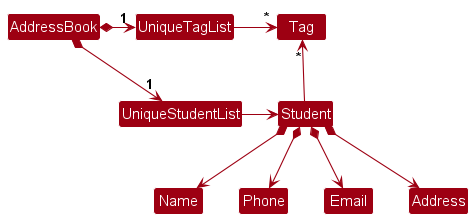
Before: docs/images/BetterModelClassDiagram.png, a diagram exported from PlantUML (c-wenlong/tp).
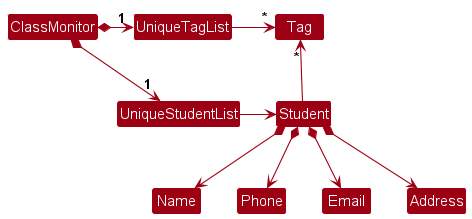
Later version of the same file.

Diff of the diagram source:
```diff
@@ -4,8 +4,8 @@
 skinparam arrowColor MODEL_COLOR
 skinparam classBackgroundColor MODEL_COLOR
 
-AddressBook *-right-> "1" UniqueStudentList
-AddressBook *-right-> "1" UniqueTagList
+ClassMonitor *-right-> "1" UniqueStudentList
+ClassMonitor *-right-> "1" UniqueTagList
 UniqueTagList -[hidden]down- UniqueStudentList
 UniqueTagList -[hidden]down- UniqueStudentList
 
```
